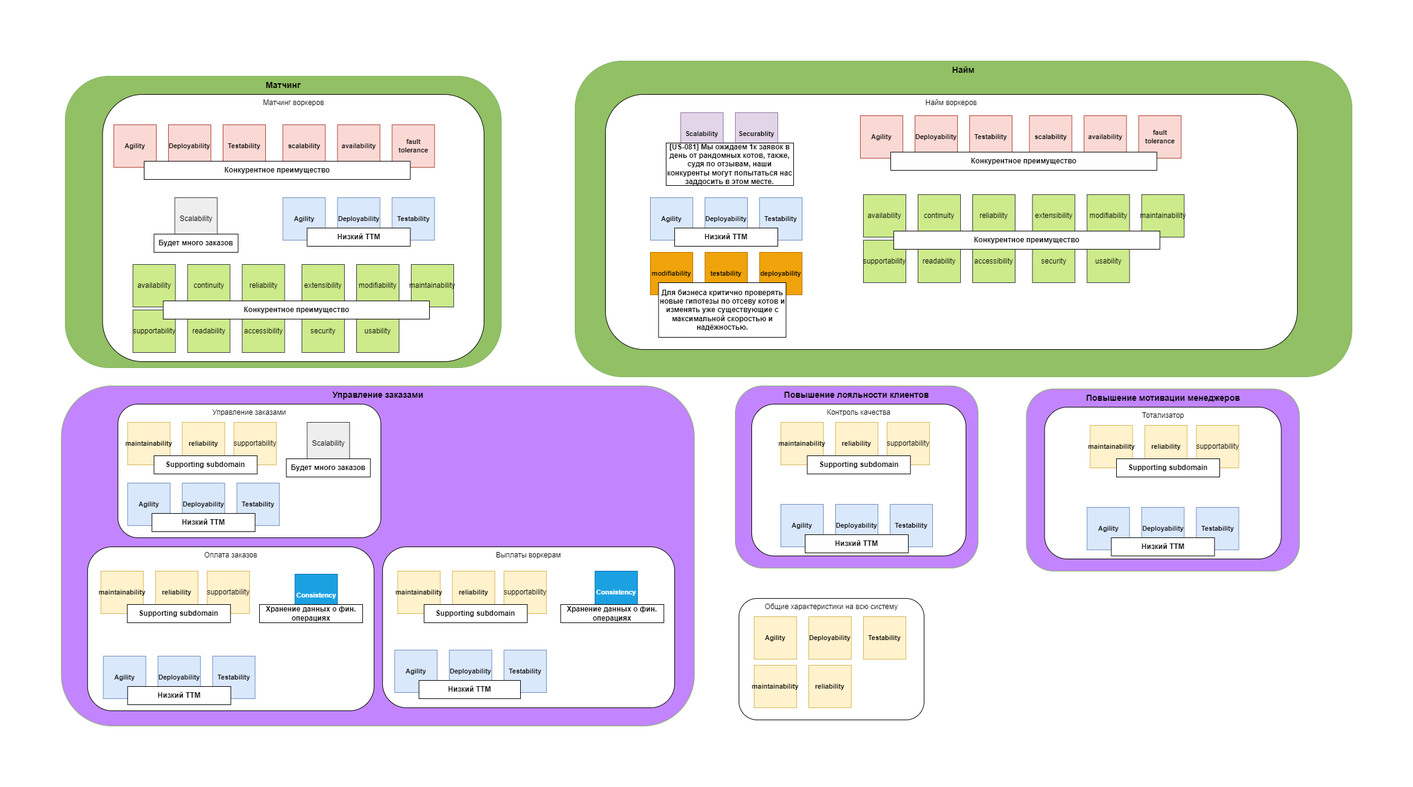
This is images/hw_3/BC_chars.png from OkinawaNet/MCF, a draw.io export, as it was before one commit. Source tidied: cells renumbered, new cells last; positions are measured from the earlier drawing's top-left corner, leaving out a move shared by most shapes.
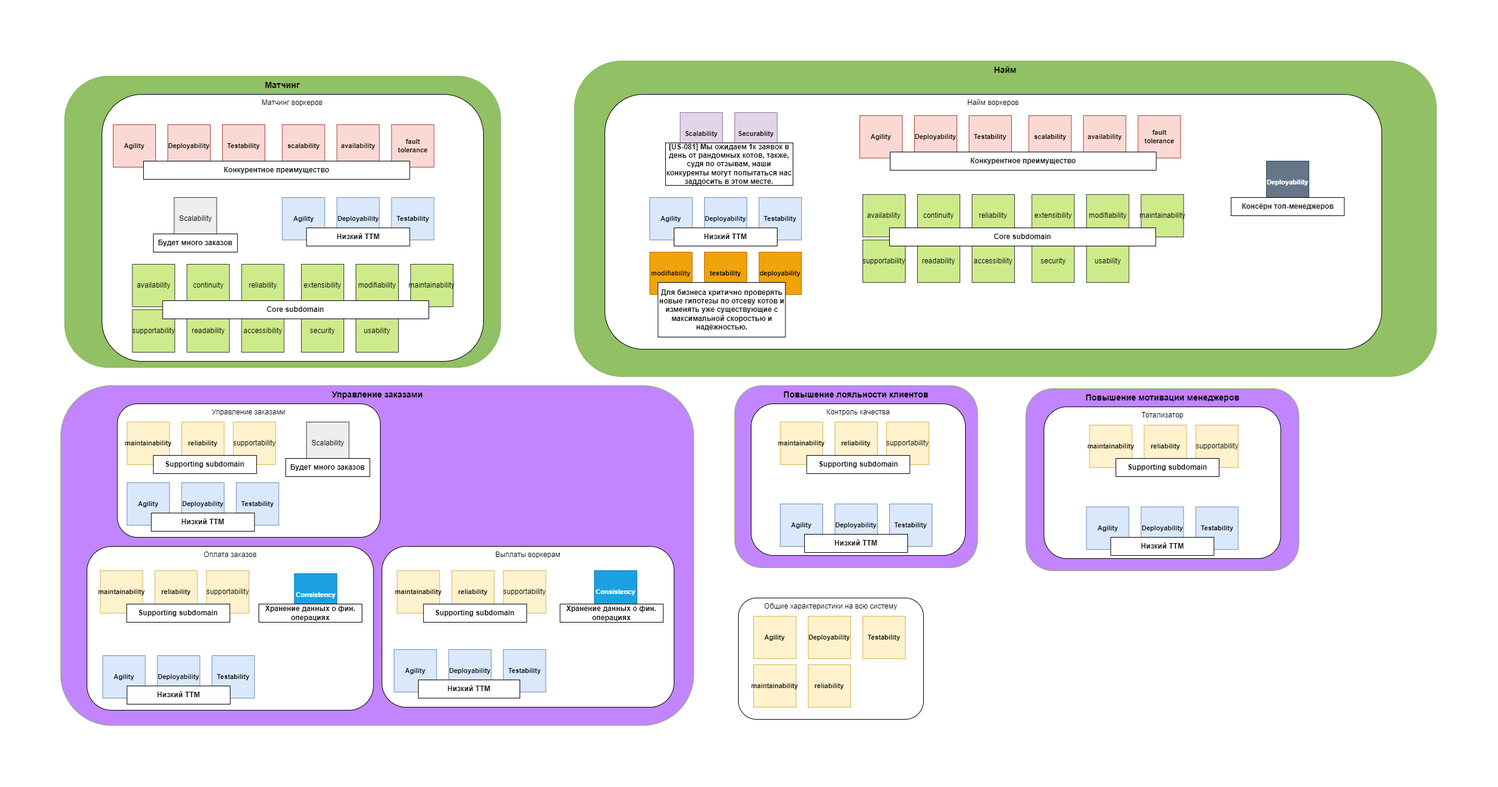
Later version of the same file.

The edit, as a diff of the source:
```diff
@@ -3,7 +3,7 @@
     <mxCell id="0" />
     <mxCell id="1" parent="0" />
     <mxCell id="2" value="&lt;font style=&quot;font-size: 14px;&quot;&gt;Найм&lt;/font&gt;" style="rounded=1;whiteSpace=wrap;html=1;fillColor=#92C064;strokeColor=#82b366;horizontal=1;verticalAlign=top;fontSize=14;fontStyle=1;" parent="1" vertex="1">
-      <mxGeometry x="846" width="1280" height="520" as="geometry" />
+      <mxGeometry x="846" width="1420" height="520" as="geometry" />
     </mxCell>
     <mxCell id="3" value="Повышение мотивации менеджеров" style="rounded=1;whiteSpace=wrap;html=1;fillColor=#C285FF;strokeColor=#82b366;verticalAlign=top;fontStyle=1;fontSize=14;" parent="1" vertex="1">
       <mxGeometry x="1589.5" y="540" width="450" height="300" as="geometry" />
@@ -15,7 +15,7 @@
       <mxGeometry x="-0.5" y="535" width="1043" height="560" as="geometry" />
     </mxCell>
     <mxCell id="6" value="Найм воркеров" style="rounded=1;whiteSpace=wrap;html=1;horizontal=1;verticalAlign=top;" parent="1" vertex="1">
-      <mxGeometry x="896" y="55" width="1140" height="420" as="geometry" />
+      <mxGeometry x="896" y="55" width="1280" height="420" as="geometry" />
     </mxCell>
     <mxCell id="7" value="Оплата заказов" style="rounded=1;whiteSpace=wrap;html=1;verticalAlign=top;" parent="1" vertex="1">
       <mxGeometry x="42.8" y="800" width="472" height="270" as="geometry" />
@@ -296,9 +296,6 @@
     <mxCell id="99" value="&lt;span style=&quot;font-size: 12px; text-align: left;&quot;&gt;usability&lt;/span&gt;" style="whiteSpace=wrap;html=1;labelBackgroundColor=none;fillColor=#cdeb8b;strokeColor=#36393d;fontSize=11;" parent="1" vertex="1">
       <mxGeometry x="1689.5" y="295" width="70" height="70" as="geometry" />
     </mxCell>
-    <mxCell id="100" value="Конкурентное преимущество" style="rounded=0;whiteSpace=wrap;html=1;fontStyle=1;" parent="1" vertex="1">
-      <mxGeometry x="1371" y="280" width="438.5" height="30" as="geometry" />
-    </mxCell>
     <mxCell id="101" value="&lt;span style=&quot;font-size: 12px; text-align: left;&quot;&gt;availability&lt;/span&gt;" style="whiteSpace=wrap;html=1;labelBackgroundColor=none;fillColor=#cdeb8b;strokeColor=#36393d;fontSize=11;" parent="1" vertex="1">
       <mxGeometry x="117.5" y="335" width="70" height="70" as="geometry" />
     </mxCell>
@@ -332,7 +329,7 @@
     <mxCell id="111" value="&lt;span style=&quot;font-size: 12px; text-align: left;&quot;&gt;security&lt;/span&gt;" style="whiteSpace=wrap;html=1;labelBackgroundColor=none;fillColor=#cdeb8b;strokeColor=#36393d;fontSize=11;" parent="1" vertex="1">
       <mxGeometry x="396" y="410" width="70" height="70" as="geometry" />
     </mxCell>
-    <mxCell id="112" value="Конкурентное преимущество" style="rounded=0;whiteSpace=wrap;html=1;fontStyle=1;" parent="1" vertex="1">
+    <mxCell id="112" value="Core subdomain" style="rounded=0;whiteSpace=wrap;html=1;fontStyle=1;" parent="1" vertex="1">
       <mxGeometry x="167.5" y="395" width="438.5" height="30" as="geometry" />
     </mxCell>
     <mxCell id="113" value="&lt;b&gt;Consistency&lt;/b&gt;" style="whiteSpace=wrap;html=1;labelBackgroundColor=none;fontSize=11;fillColor=#1ba1e2;fontColor=#ffffff;strokeColor=#006EAF;" parent="1" vertex="1">
@@ -359,5 +356,14 @@
     <mxCell id="120" value="Будет много заказов" style="rounded=0;whiteSpace=wrap;html=1;fontStyle=1;" parent="1" vertex="1">
       <mxGeometry x="152.2" y="285" width="138.5" height="30" as="geometry" />
     </mxCell>
+    <mxCell id="121" value="&lt;b style=&quot;font-size: 11px;&quot;&gt;&lt;font style=&quot;font-size: 11px;&quot;&gt;Deployability&lt;/font&gt;&lt;/b&gt;" style="whiteSpace=wrap;html=1;labelBackgroundColor=none;fillColor=#647687;strokeColor=#314354;fontSize=11;fontColor=#ffffff;" parent="1" vertex="1">
+      <mxGeometry x="1986" y="165" width="70" height="70" as="geometry" />
+    </mxCell>
+    <mxCell id="122" value="Консёрн топ-менеджеров" style="rounded=0;whiteSpace=wrap;html=1;fontStyle=1;" parent="1" vertex="1">
+      <mxGeometry x="1927.8" y="225" width="186.5" height="30" as="geometry" />
+    </mxCell>
+    <mxCell id="123" value="Core subdomain" style="rounded=0;whiteSpace=wrap;html=1;fontStyle=1;" parent="1" vertex="1">
+      <mxGeometry x="1365" y="275" width="438.5" height="30" as="geometry" />
+    </mxCell>
   </root>
 </mxGraphModel>
```
